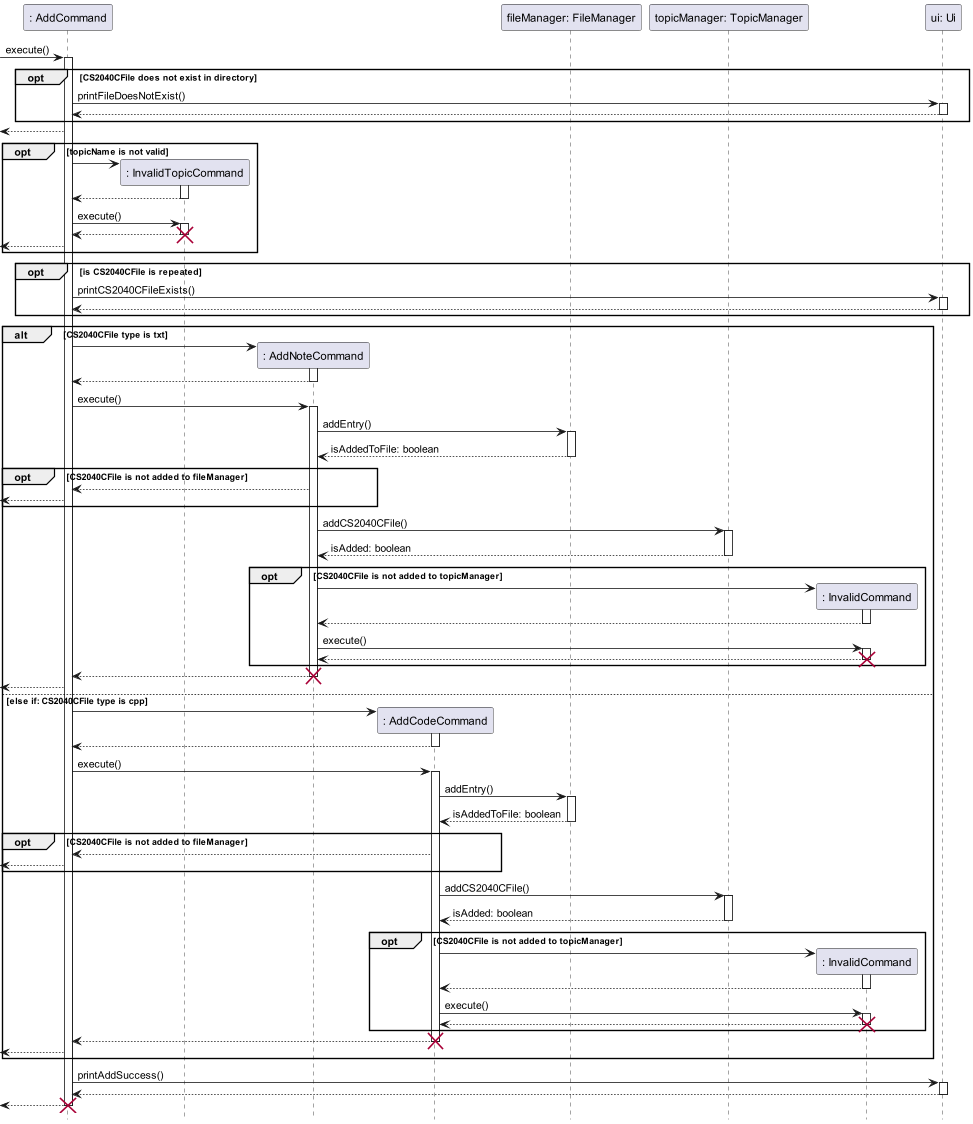
This is docs/sequence-diagrams/diagrams/AddFeature.png from ong-ck/tp, a PlantUML export, as it was before one commit.
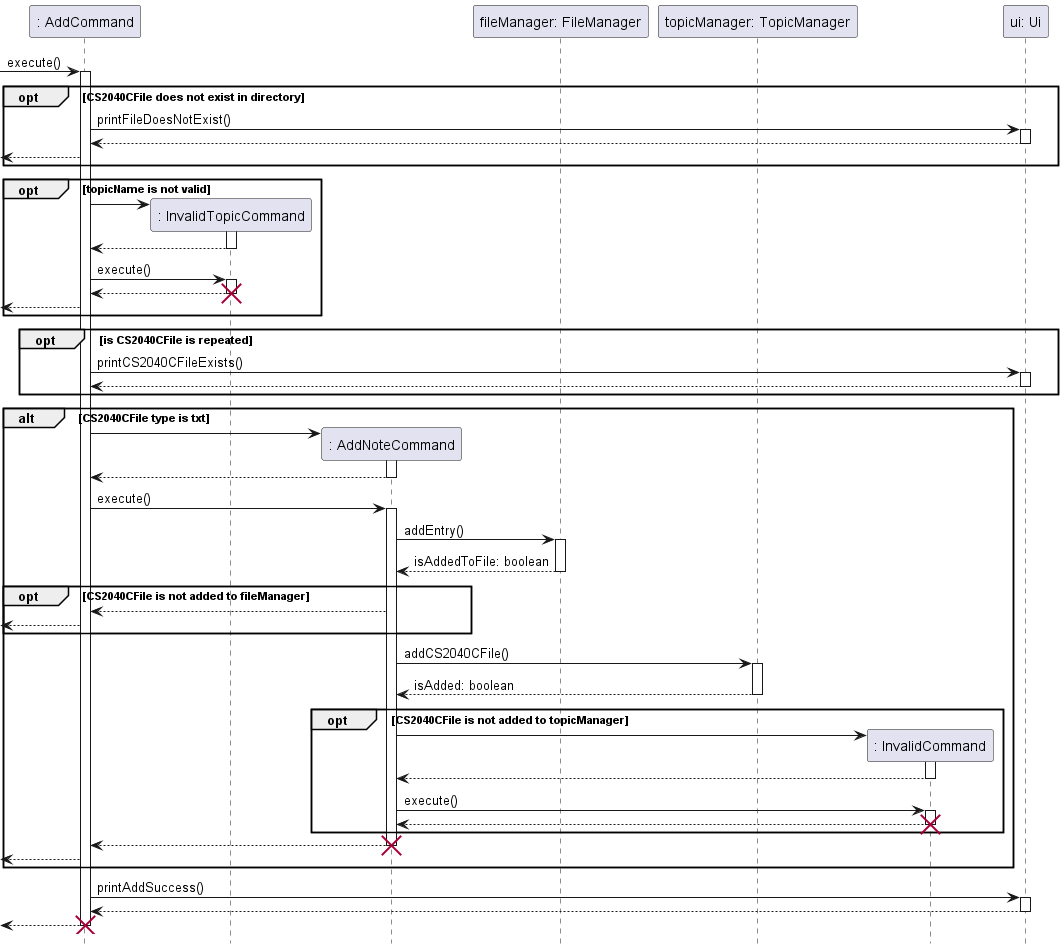
After the commit.

Commit message:
Refactor according to PR review

Diff of the diagram source:
```diff
@@ -3,7 +3,6 @@
 participant ": AddCommand" as a
 participant ": InvalidTopicCommand" as it
 participant ": AddNoteCommand" as an
-participant ": AddCodeCommand" as ac
 participant "fileManager: FileManager" as fm
 participant "topicManager: TopicManager" as tm
 participant ": InvalidCommand" as ic
@@ -15,8 +14,8 @@
         a -> ui : printFileDoesNotExist()
         activate ui
         return
+        <-- a
     end
-    <-- a
 
     opt topicName is not valid
         a -> it **
@@ -69,41 +68,6 @@
             return
             destroy an
             <-- a
-
-
-    else else if: CS2040CFile type is cpp
-         a -> ac **
-         activate ac
-         return
-
-         a -> ac : execute()
-         activate ac
-         ac -> fm : addEntry()
-         activate fm
-         return isAddedToFile: boolean
-
-         opt CS2040CFile is not added to fileManager
-             ac --> a
-             <-- a
-         end
-
-        ac -> tm : addCS2040CFile()
-        activate tm
-        return isAdded: boolean
-
-        opt CS2040CFile is not added to topicManager
-            ac -> ic **
-            activate ic
-        return
-
-        ac -> ic : execute()
-            activate ic
-            return
-            destroy ic
-        end
-        return
-        destroy ac
-        <-- a
     end
     a -> ui : printAddSuccess()
     activate ui
```
